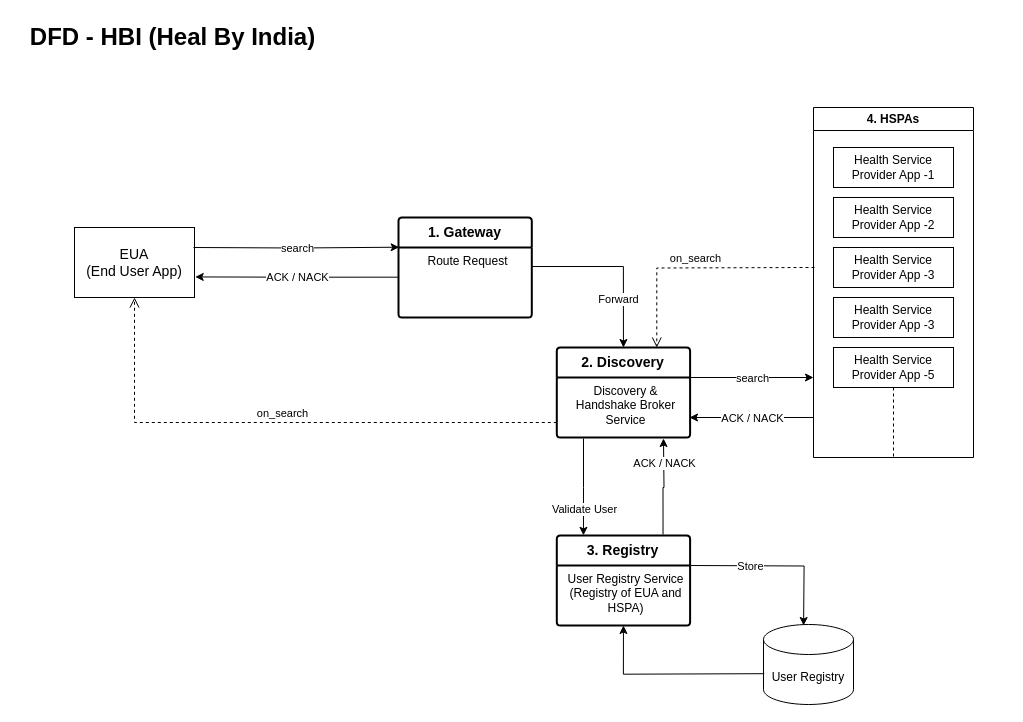
This is HBI_DFD.drawio from maddy23285/policies, a draw.io file, before an edit. Source tidied: cells renumbered, new cells numbered last; positions are measured from the earlier drawing's top-left corner, leaving out a move shared by most shapes. Both pictures are drawn from the tidied source at 100%, with x=0, y=0 at pixel (17, 17).
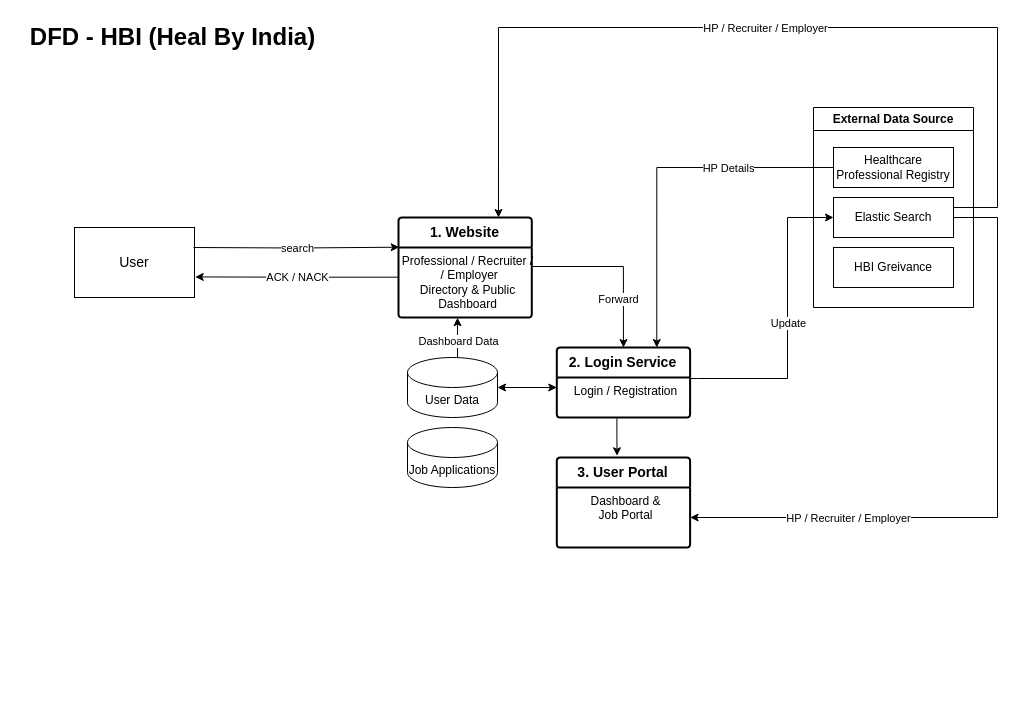
The same page after the edit.

Diff of the diagram source:
```diff
@@
-    <mxCell id="2" value="&lt;font style=&quot;font-size: 14px;&quot;&gt;&lt;b style=&quot;&quot;&gt;1. Gateway&lt;/b&gt;&lt;/font&gt;" style="swimlane;horizontal=1;startSize=30;rounded=1;fontSize=14;fontStyle=0;strokeWidth=2;shadow=0;dashed=0;align=center;arcSize=4;whiteSpace=wrap;html=1;" parent="1" vertex="1">
+    <mxCell id="2" value="&lt;font style=&quot;font-size: 14px;&quot;&gt;&lt;b style=&quot;&quot;&gt;1. Website&lt;/b&gt;&lt;/font&gt;" style="swimlane;horizontal=1;startSize=30;rounded=1;fontSize=14;fontStyle=0;strokeWidth=2;shadow=0;dashed=0;align=center;arcSize=4;whiteSpace=wrap;html=1;" parent="1" vertex="1">
       <mxGeometry x="381" y="200" width="133.3" height="100" as="geometry" />
     </mxCell>
-    <mxCell id="3" value="Route Request" style="align=center;strokeColor=none;fillColor=none;spacingLeft=4;fontSize=12;verticalAlign=top;html=1;" parent="2" vertex="1">
+    <mxCell id="3" value="Professional / Recruiter /&lt;br&gt;&amp;nbsp;/ Employer&lt;br&gt;Directory &amp;amp; Public &lt;br&gt;Dashboard" style="align=center;strokeColor=none;fillColor=none;spacingLeft=4;fontSize=12;verticalAlign=top;html=1;" parent="2" vertex="1">
       <mxGeometry y="30" width="133.3" height="70" as="geometry" />
     </mxCell>
-    <mxCell id="4" value="&lt;font style=&quot;font-size: 14px;&quot;&gt;EUA&lt;br&gt;(End User App)&lt;br&gt;&lt;/font&gt;" style="rounded=0;whiteSpace=wrap;html=1;" parent="1" vertex="1">
+    <mxCell id="4" value="&lt;font style=&quot;font-size: 14px;&quot;&gt;User&lt;br&gt;&lt;/font&gt;" style="rounded=0;whiteSpace=wrap;html=1;" parent="1" vertex="1">
       <mxGeometry x="57" y="210" width="120" height="70" as="geometry" />
     </mxCell>
@@
-    <mxCell id="7" value="User Registry" style="shape=cylinder3;whiteSpace=wrap;html=1;boundedLbl=1;backgroundOutline=1;size=15;" parent="1" vertex="1">
-      <mxGeometry x="746" y="607" width="90" height="80" as="geometry" />
+    <mxCell id="7" value="User Data" style="shape=cylinder3;whiteSpace=wrap;html=1;boundedLbl=1;backgroundOutline=1;size=15;" parent="1" vertex="1">
+      <mxGeometry x="390" y="340" width="90" height="60" as="geometry" />
     </mxCell>
-    <mxCell id="8" value="&lt;font style=&quot;font-size: 14px;&quot;&gt;&lt;b style=&quot;&quot;&gt;2. Discovery&lt;/b&gt;&lt;/font&gt;" style="swimlane;horizontal=1;startSize=30;rounded=1;fontSize=14;fontStyle=0;strokeWidth=2;shadow=0;dashed=0;align=center;arcSize=4;whiteSpace=wrap;html=1;" parent="1" vertex="1">
-      <mxGeometry x="539.3" y="330" width="133.3" height="90" as="geometry" />
+    <mxCell id="8" value="&lt;font style=&quot;font-size: 14px;&quot;&gt;&lt;b style=&quot;&quot;&gt;2. Login Service&lt;/b&gt;&lt;/font&gt;" style="swimlane;horizontal=1;startSize=30;rounded=1;fontSize=14;fontStyle=0;strokeWidth=2;shadow=0;dashed=0;align=center;arcSize=4;whiteSpace=wrap;html=1;" parent="1" vertex="1">
+      <mxGeometry x="539.3" y="330" width="133.3" height="70" as="geometry" />
     </mxCell>
-    <mxCell id="9" value="Discovery &amp;amp; &lt;br&gt;Handshake Broker &lt;br&gt;Service" style="align=center;strokeColor=none;fillColor=none;spacingLeft=4;fontSize=12;verticalAlign=top;html=1;" parent="8" vertex="1">
-      <mxGeometry y="30" width="133.3" height="60" as="geometry" />
+    <mxCell id="9" value="Login / Registration" style="align=center;strokeColor=none;fillColor=none;spacingLeft=4;fontSize=12;verticalAlign=top;html=1;" parent="8" vertex="1">
+      <mxGeometry y="30" width="133.3" height="40" as="geometry" />
     </mxCell>
-    <mxCell id="10" value="&lt;font style=&quot;font-size: 14px;&quot;&gt;&lt;b style=&quot;&quot;&gt;3. Registry&lt;/b&gt;&lt;/font&gt;" style="swimlane;horizontal=1;startSize=30;rounded=1;fontSize=14;fontStyle=0;strokeWidth=2;shadow=0;dashed=0;align=center;arcSize=4;whiteSpace=wrap;html=1;" parent="1" vertex="1">
-      <mxGeometry x="539.3" y="518" width="133.3" height="90" as="geometry" />
+    <mxCell id="10" value="&lt;font style=&quot;font-size: 14px;&quot;&gt;&lt;b style=&quot;&quot;&gt;3. User Portal&lt;/b&gt;&lt;/font&gt;" style="swimlane;horizontal=1;startSize=30;rounded=1;fontSize=14;fontStyle=0;strokeWidth=2;shadow=0;dashed=0;align=center;arcSize=4;whiteSpace=wrap;html=1;" parent="1" vertex="1">
+      <mxGeometry x="539.3" y="440" width="133.3" height="90" as="geometry" />
     </mxCell>
-    <mxCell id="11" value="User Registry Service&lt;br&gt;(Registry of EUA and &lt;br&gt;HSPA)" style="align=center;strokeColor=none;fillColor=none;spacingLeft=4;fontSize=12;verticalAlign=top;html=1;" parent="10" vertex="1">
+    <mxCell id="11" value="Dashboard &amp;amp; &lt;br&gt;Job Portal" style="align=center;strokeColor=none;fillColor=none;spacingLeft=4;fontSize=12;verticalAlign=top;html=1;" parent="10" vertex="1">
       <mxGeometry y="30" width="133.3" height="60" as="geometry" />
     </mxCell>
@@
-    <mxCell id="17" value="4. HSPAs" style="swimlane;whiteSpace=wrap;html=1;" parent="1" vertex="1">
-      <mxGeometry x="796" y="90" width="160" height="350" as="geometry" />
+    <mxCell id="17" value="External Data Source" style="swimlane;whiteSpace=wrap;html=1;" parent="1" vertex="1">
+      <mxGeometry x="796" y="90" width="160" height="200" as="geometry" />
     </mxCell>
-    <mxCell id="18" value="&lt;font style=&quot;&quot;&gt;&lt;font style=&quot;font-size: 12px;&quot;&gt;Health Service Provider App -1&lt;/font&gt;&lt;br&gt;&lt;/font&gt;" style="rounded=0;whiteSpace=wrap;html=1;" parent="17" vertex="1">
+    <mxCell id="18" value="&lt;font style=&quot;&quot;&gt;&lt;font style=&quot;font-size: 12px;&quot;&gt;Healthcare Professional Registry&lt;/font&gt;&lt;br&gt;&lt;/font&gt;" style="rounded=0;whiteSpace=wrap;html=1;" parent="17" vertex="1">
       <mxGeometry x="20" y="40" width="120" height="40" as="geometry" />
     </mxCell>
-    <mxCell id="19" value="&lt;font style=&quot;&quot;&gt;&lt;font style=&quot;font-size: 12px;&quot;&gt;Health Service Provider App&lt;/font&gt;&amp;nbsp;-2&lt;br&gt;&lt;/font&gt;" style="rounded=0;whiteSpace=wrap;html=1;" parent="17" vertex="1">
+    <mxCell id="19" value="&lt;font style=&quot;&quot;&gt;Elastic Search&lt;br&gt;&lt;/font&gt;" style="rounded=0;whiteSpace=wrap;html=1;" parent="17" vertex="1">
       <mxGeometry x="20" y="90" width="120" height="40" as="geometry" />
     </mxCell>
-    <mxCell id="20" value="&lt;font style=&quot;&quot;&gt;&lt;font style=&quot;font-size: 12px;&quot;&gt;Health Service Provider App&lt;/font&gt;&amp;nbsp;-3&lt;br&gt;&lt;/font&gt;" style="rounded=0;whiteSpace=wrap;html=1;" parent="17" vertex="1">
-      <mxGeometry x="20" y="140" width="120" height="40" as="geometry" />
-    </mxCell>
-    <mxCell id="21" value="&lt;font style=&quot;&quot;&gt;&lt;font style=&quot;font-size: 12px;&quot;&gt;Health Service Provider App&lt;/font&gt;&amp;nbsp;-3&lt;br&gt;&lt;/font&gt;" style="rounded=0;whiteSpace=wrap;html=1;" parent="17" vertex="1">
-      <mxGeometry x="20" y="190" width="120" height="40" as="geometry" />
-    </mxCell>
-    <mxCell id="22" value="Health Service Provider App&amp;nbsp;-5" style="shape=umlLifeline;perimeter=lifelinePerimeter;whiteSpace=wrap;html=1;newEdgeStyle={&quot;curved&quot;:0,&quot;rounded&quot;:0};" parent="17" vertex="1">
-      <mxGeometry x="20" y="240" width="120" height="110" as="geometry" />
-    </mxCell>
-    <mxCell id="23" value="on_search" style="html=1;verticalAlign=bottom;endArrow=open;dashed=1;endSize=8;curved=0;rounded=0;edgeStyle=orthogonalEdgeStyle;entryX=0.75;entryY=0;entryDx=0;entryDy=0;" parent="1" edge="1" target="8">
-      <mxGeometry relative="1" as="geometry">
-        <mxPoint x="797" y="250" as="sourcePoint" />
-      </mxGeometry>
-    </mxCell>
-    <mxCell id="24" style="endArrow=classic;html=1;rounded=0;edgeStyle=orthogonalEdgeStyle;entryX=0.446;entryY=0;entryDx=0;entryDy=0;entryPerimeter=0;" parent="1" edge="1">
-      <mxGeometry relative="1" as="geometry">
-        <mxPoint x="673" y="548" as="sourcePoint" />
-        <mxPoint x="786.1" y="608" as="targetPoint" />
-      </mxGeometry>
-    </mxCell>
-    <mxCell id="25" value="Store" style="edgeLabel;html=1;align=center;verticalAlign=middle;" parent="24" vertex="1">
-      <mxGeometry relative="1" as="geometry">
-        <mxPoint x="-27" as="offset" />
-      </mxGeometry>
-    </mxCell>
-    <mxCell id="26" style="endArrow=classic;html=1;rounded=0;edgeStyle=orthogonalEdgeStyle;exitX=0.008;exitY=0.602;exitDx=0;exitDy=0;exitPerimeter=0;entryX=0.5;entryY=1;entryDx=0;entryDy=0;" parent="1" edge="1" target="11">
-      <mxGeometry relative="1" as="geometry">
-        <mxPoint x="746.7" y="656.2" as="sourcePoint" />
-      </mxGeometry>
-    </mxCell>
-    <mxCell id="27" style="endArrow=classic;html=1;rounded=0;edgeStyle=orthogonalEdgeStyle;entryX=0.2;entryY=-0.002;entryDx=0;entryDy=0;exitX=0.5;exitY=1;exitDx=0;exitDy=0;entryPerimeter=0;" parent="1" edge="1" target="10">
-      <mxGeometry relative="1" as="geometry">
-        <mxPoint x="566" y="421" as="sourcePoint" />
-        <Array as="points">
-          <mxPoint x="566" y="470" />
-          <mxPoint x="566" y="470" />
-        </Array>
-      </mxGeometry>
-    </mxCell>
-    <mxCell id="28" style="endArrow=classic;html=1;rounded=0;edgeStyle=orthogonalEdgeStyle;entryX=0.5;entryY=0;entryDx=0;entryDy=0;exitX=0.797;exitY=-0.011;exitDx=0;exitDy=0;exitPerimeter=0;" parent="1" edge="1" source="10">
-      <mxGeometry relative="1" as="geometry">
-        <mxPoint x="646" y="421" as="targetPoint" />
-      </mxGeometry>
-    </mxCell>
-    <mxCell id="29" value="ACK / NACK" style="edgeLabel;html=1;align=center;verticalAlign=middle;" parent="28" vertex="1">
-      <mxGeometry relative="1" as="geometry">
-        <mxPoint y="-24" as="offset" />
-      </mxGeometry>
-    </mxCell>
-    <mxCell id="30" value="Validate User" style="edgeLabel;html=1;align=center;verticalAlign=middle;" parent="1" vertex="1">
-      <mxGeometry x="566.5" y="491.7" as="geometry" />
-    </mxCell>
-    <mxCell id="31" value="on_search" style="html=1;verticalAlign=bottom;endArrow=open;dashed=1;endSize=8;curved=0;rounded=0;edgeStyle=orthogonalEdgeStyle;exitX=0;exitY=0.75;exitDx=0;exitDy=0;entryX=0.5;entryY=1;entryDx=0;entryDy=0;" parent="1" edge="1" source="9" target="4">
-      <mxGeometry relative="1" as="geometry" />
-    </mxCell>
-    <mxCell id="32" style="endArrow=classic;html=1;rounded=0;edgeStyle=orthogonalEdgeStyle;" parent="1" edge="1">
-      <mxGeometry relative="1" as="geometry">
-        <mxPoint x="672" y="360" as="sourcePoint" />
-        <mxPoint x="796" y="360" as="targetPoint" />
-      </mxGeometry>
-    </mxCell>
-    <mxCell id="33" value="search" style="edgeLabel;html=1;align=center;verticalAlign=middle;" parent="32" vertex="1">
-      <mxGeometry relative="1" as="geometry" />
-    </mxCell>
-    <mxCell id="34" style="endArrow=classic;html=1;rounded=0;edgeStyle=orthogonalEdgeStyle;" parent="1" edge="1">
-      <mxGeometry relative="1" as="geometry">
-        <mxPoint x="796" y="400" as="sourcePoint" />
-        <mxPoint x="672" y="400" as="targetPoint" />
-      </mxGeometry>
-    </mxCell>
-    <mxCell id="35" value="ACK / NACK" style="edgeLabel;html=1;align=center;verticalAlign=middle;" parent="34" vertex="1">
-      <mxGeometry relative="1" as="geometry" />
-    </mxCell>
+    <mxCell id="36" value="&lt;font style=&quot;&quot;&gt;HBI Greivance&lt;br&gt;&lt;/font&gt;" style="rounded=0;whiteSpace=wrap;html=1;" parent="17" vertex="1">
+      <mxGeometry x="20" y="140" width="120" height="40" as="geometry" />
+    </mxCell>
+    <mxCell id="37" style="endArrow=classic;html=1;rounded=0;edgeStyle=orthogonalEdgeStyle;entryX=0.75;entryY=0;entryDx=0;entryDy=0;exitX=0;exitY=0.5;exitDx=0;exitDy=0;" parent="1" edge="1" source="18" target="8">
+      <mxGeometry relative="1" as="geometry" />
+    </mxCell>
+    <mxCell id="38" value="HP Details" style="edgeLabel;html=1;align=center;verticalAlign=middle;" parent="37" vertex="1">
+      <mxGeometry relative="1" as="geometry">
+        <mxPoint x="71" y="-1" as="offset" />
+      </mxGeometry>
+    </mxCell>
+    <mxCell id="39" style="endArrow=classic;html=1;rounded=0;edgeStyle=orthogonalEdgeStyle;entryX=0;entryY=0.5;entryDx=0;entryDy=0;exitX=1.005;exitY=0.026;exitDx=0;exitDy=0;exitPerimeter=0;" parent="1" edge="1" source="9" target="19">
+      <mxGeometry relative="1" as="geometry">
+        <Array as="points">
+          <mxPoint x="680" y="361" />
+          <mxPoint x="770" y="361" />
+          <mxPoint x="770" y="200" />
+        </Array>
+      </mxGeometry>
+    </mxCell>
+    <mxCell id="40" value="Update" style="edgeLabel;html=1;align=center;verticalAlign=middle;" parent="39" vertex="1">
+      <mxGeometry relative="1" as="geometry" />
+    </mxCell>
+    <mxCell id="41" style="endArrow=classic;html=1;rounded=0;edgeStyle=orthogonalEdgeStyle;entryX=0.452;entryY=-0.019;entryDx=0;entryDy=0;entryPerimeter=0;exitX=0.451;exitY=1.027;exitDx=0;exitDy=0;exitPerimeter=0;" parent="1" edge="1" source="9" target="10">
+      <mxGeometry relative="1" as="geometry" />
+    </mxCell>
+    <mxCell id="42" style="endArrow=classic;html=1;rounded=0;edgeStyle=orthogonalEdgeStyle;exitX=1;exitY=0.5;exitDx=0;exitDy=0;entryX=1;entryY=0.5;entryDx=0;entryDy=0;" parent="1" edge="1" source="19" target="11">
+      <mxGeometry relative="1" as="geometry">
+        <Array as="points">
+          <mxPoint x="980" y="200" />
+          <mxPoint x="980" y="500" />
+        </Array>
+      </mxGeometry>
+    </mxCell>
+    <mxCell id="43" value="HP / Recruiter / Employer" style="edgeLabel;html=1;align=center;verticalAlign=middle;" parent="42" vertex="1">
+      <mxGeometry relative="1" as="geometry">
+        <mxPoint x="-150" y="18" as="offset" />
+      </mxGeometry>
+    </mxCell>
+    <mxCell id="44" style="endArrow=classic;html=1;rounded=0;edgeStyle=orthogonalEdgeStyle;exitX=1;exitY=0.25;exitDx=0;exitDy=0;entryX=0.75;entryY=0;entryDx=0;entryDy=0;" parent="1" edge="1" source="19" target="2">
+      <mxGeometry relative="1" as="geometry">
+        <Array as="points">
+          <mxPoint x="980" y="190" />
+          <mxPoint x="980" y="10" />
+          <mxPoint x="481" y="10" />
+        </Array>
+      </mxGeometry>
+    </mxCell>
+    <mxCell id="45" value="HP / Recruiter / Employer" style="edgeLabel;html=1;align=center;verticalAlign=middle;" parent="44" vertex="1">
+      <mxGeometry relative="1" as="geometry" />
+    </mxCell>
+    <mxCell id="46" style="endArrow=classic;startArrow=classic;html=1;rounded=0;edgeStyle=orthogonalEdgeStyle;entryX=0;entryY=0.25;entryDx=0;entryDy=0;exitX=1;exitY=0.5;exitDx=0;exitDy=0;exitPerimeter=0;" parent="1" edge="1" source="7" target="9">
+      <mxGeometry relative="1" as="geometry" />
+    </mxCell>
+    <mxCell id="47" style="endArrow=classic;html=1;rounded=0;edgeStyle=orthogonalEdgeStyle;exitX=0.556;exitY=0;exitDx=0;exitDy=0;exitPerimeter=0;entryX=0.443;entryY=1.003;entryDx=0;entryDy=0;entryPerimeter=0;" parent="1" edge="1" source="7" target="3">
+      <mxGeometry relative="1" as="geometry" />
+    </mxCell>
+    <mxCell id="48" value="Dashboard Data" style="edgeLabel;html=1;align=center;verticalAlign=middle;" parent="47" vertex="1">
+      <mxGeometry x="-0.13" relative="1" as="geometry" />
+    </mxCell>
+    <mxCell id="49" value="Job Applications" style="shape=cylinder3;whiteSpace=wrap;html=1;boundedLbl=1;backgroundOutline=1;size=15;" parent="1" vertex="1">
+      <mxGeometry x="390" y="410" width="90" height="60" as="geometry" />
+    </mxCell>
```
